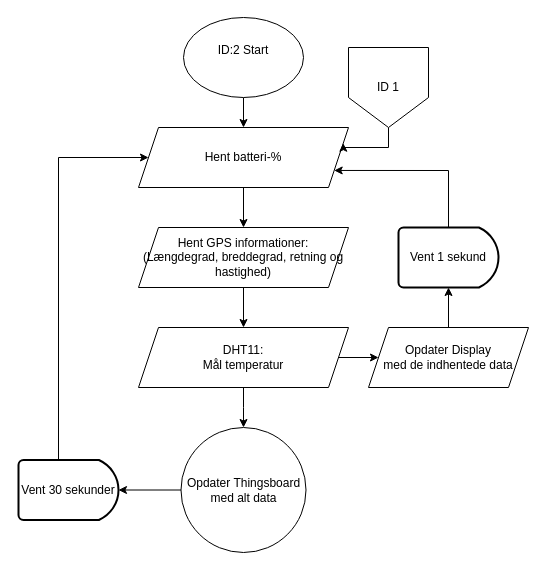
KEA-E24-B9-IOT1/E24-B9-IoT1 keeps this draw.io diagram as ID 02, P1/ID2 V1 Info på Display.drawio. Above is the earlier version. Source tidied: cells renumbered, new cells numbered last; positions are measured from the earlier drawing's top-left corner, leaving out a move shared by most shapes. Both pictures are drawn from the tidied source at 100%, with x=0, y=0 at pixel (18, 17).
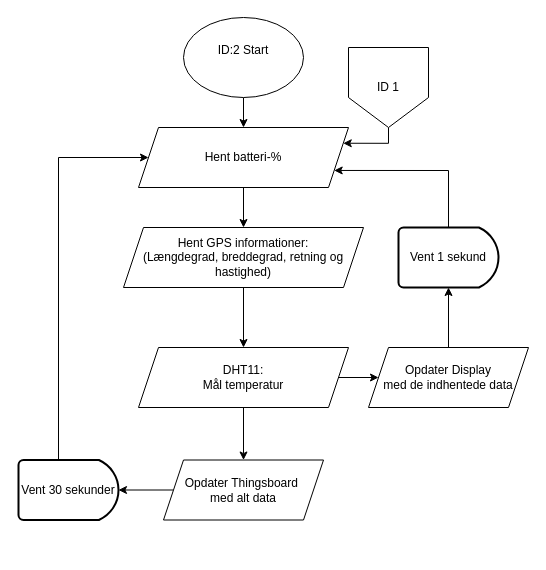
After the change.

Unchanged cells that the change refers to:
```xml
<mxCell id="4" value="Hent batteri-%" style="shape=parallelogram;perimeter=parallelogramPerimeter;whiteSpace=wrap;html=1;fixedSize=1;rounded=0;" parent="1" vertex="1">
  <mxGeometry x="120" y="110" width="210" height="60" as="geometry" />
</mxCell>
<mxCell id="12" value="ID 1" style="shape=offPageConnector;whiteSpace=wrap;html=1;" parent="1" vertex="1">
  <mxGeometry x="330" y="30" width="80" height="80" as="geometry" />
</mxCell>
<mxCell id="15" value="Vent 30 sekunder" style="strokeWidth=2;html=1;shape=mxgraph.flowchart.delay;whiteSpace=wrap;" parent="1" vertex="1">
  <mxGeometry y="442.5" width="100" height="60" as="geometry" />
</mxCell>
```

Change to the diagram source:
```diff
@@
-    <mxCell id="5" style="edgeStyle=orthogonalEdgeStyle;rounded=0;jettySize=auto;html=1;" parent="1" edge="1" source="6" target="15">
+    <mxCell id="5" style="edgeStyle=orthogonalEdgeStyle;rounded=0;jettySize=auto;html=1;exitX=0;exitY=0.5;exitDx=0;exitDy=0;" parent="1" edge="1" source="6" target="15">
       <mxGeometry relative="1" as="geometry" />
     </mxCell>
-    <mxCell id="6" value="Opdater Thingsboard med alt data" style="ellipse;whiteSpace=wrap;html=1;" parent="1" vertex="1">
-      <mxGeometry x="162.5" y="410" width="125" height="125" as="geometry" />
-    </mxCell>
@@
-    <mxCell id="8" style="edgeStyle=orthogonalEdgeStyle;rounded=0;jettySize=auto;html=1;" parent="1" edge="1" source="10">
-      <mxGeometry relative="1" as="geometry">
-        <mxPoint x="225" y="410" as="targetPoint" />
-      </mxGeometry>
+    <mxCell id="8" style="edgeStyle=orthogonalEdgeStyle;rounded=0;jettySize=auto;html=1;entryX=0.5;entryY=0;entryDx=0;entryDy=0;" parent="1" edge="1" source="10" target="6">
+      <mxGeometry relative="1" as="geometry" />
     </mxCell>
@@
     <mxCell id="10" value="&lt;div&gt;DHT11:&lt;/div&gt;&lt;div&gt;Mål temperatur&lt;br&gt;&lt;/div&gt;" style="shape=parallelogram;perimeter=parallelogramPerimeter;whiteSpace=wrap;html=1;fixedSize=1;rounded=0;" parent="1" vertex="1">
-      <mxGeometry x="120" y="310" width="210" height="60" as="geometry" />
+      <mxGeometry x="120" y="330" width="210" height="60" as="geometry" />
     </mxCell>
     <mxCell id="11" style="edgeStyle=orthogonalEdgeStyle;rounded=0;jettySize=auto;html=1;exitX=0.5;exitY=1;exitDx=0;exitDy=0;entryX=1;entryY=0.25;entryDx=0;entryDy=0;" parent="1" edge="1" source="12" target="4">
-      <mxGeometry relative="1" as="geometry" />
+      <mxGeometry relative="1" as="geometry">
+        <Array as="points">
+          <mxPoint x="370" y="126" />
+        </Array>
+      </mxGeometry>
     </mxCell>
@@
     <mxCell id="14" value="Hent GPS informationer:&lt;br&gt;(Længdegrad, breddegrad, retning og hastighed)" style="shape=parallelogram;perimeter=parallelogramPerimeter;whiteSpace=wrap;html=1;fixedSize=1;" parent="1" vertex="1">
-      <mxGeometry x="120" y="210" width="210" height="60" as="geometry" />
+      <mxGeometry x="105" y="210" width="240" height="60" as="geometry" />
     </mxCell>
@@
     <mxCell id="17" value="&lt;div&gt;Opdater Display&lt;/div&gt;&lt;div&gt;med de indhentede data&lt;br&gt;&lt;/div&gt;" style="shape=parallelogram;perimeter=parallelogramPerimeter;whiteSpace=wrap;html=1;fixedSize=1;" parent="1" vertex="1">
-      <mxGeometry x="350" y="310" width="160" height="60" as="geometry" />
+      <mxGeometry x="350" y="330" width="160" height="60" as="geometry" />
     </mxCell>
@@
+    <mxCell id="6" value="&lt;div&gt;Opdater Thingsboard&amp;nbsp;&lt;/div&gt;&lt;div&gt;med alt data&lt;/div&gt;" style="shape=parallelogram;perimeter=parallelogramPerimeter;whiteSpace=wrap;html=1;fixedSize=1;" parent="1" vertex="1">
+      <mxGeometry x="145" y="442.5" width="160" height="60" as="geometry" />
+    </mxCell>
```
